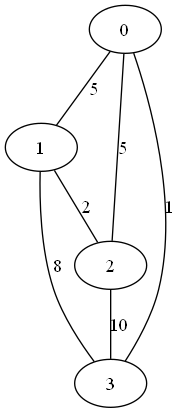
Earlier version of the Graphviz export coloracao-de-grafo/grafo.png (nand1nha/Tecnica-de-programacao-avancada). Its source is kept beside it as coloracao-de-grafo/grafo.dot. The source it was exported from:
```dot
graph G {
  0;
  1;
  2;
  3;
  0 -- 2 [label=5,weight=5];
  0 -- 3 [label=1,weight=1];
  0 -- 1 [label=5,weight=5];
  1 -- 2 [label=2,weight=2];
  1 -- 3 [label=8,weight=8];
  2 -- 3 [label=10,weight=10];
}
```
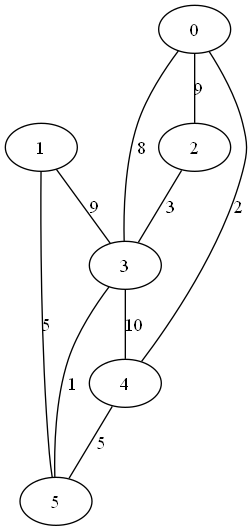
After the change.

What changed in the source:
```diff
@@ -3,10 +3,15 @@
   1;
   2;
   3;
-  0 -- 2 [label=5,weight=5];
-  0 -- 3 [label=1,weight=1];
-  0 -- 1 [label=5,weight=5];
-  1 -- 2 [label=2,weight=2];
-  1 -- 3 [label=8,weight=8];
-  2 -- 3 [label=10,weight=10];
+  4;
+  5;
+  0 -- 4 [label=2,weight=2];
+  0 -- 3 [label=8,weight=8];
+  0 -- 2 [label=9,weight=9];
+  1 -- 5 [label=5,weight=5];
+  1 -- 3 [label=9,weight=9];
+  2 -- 3 [label=3,weight=3];
+  3 -- 5 [label=1,weight=1];
+  3 -- 4 [label=10,weight=10];
+  4 -- 5 [label=5,weight=5];
 }
```
